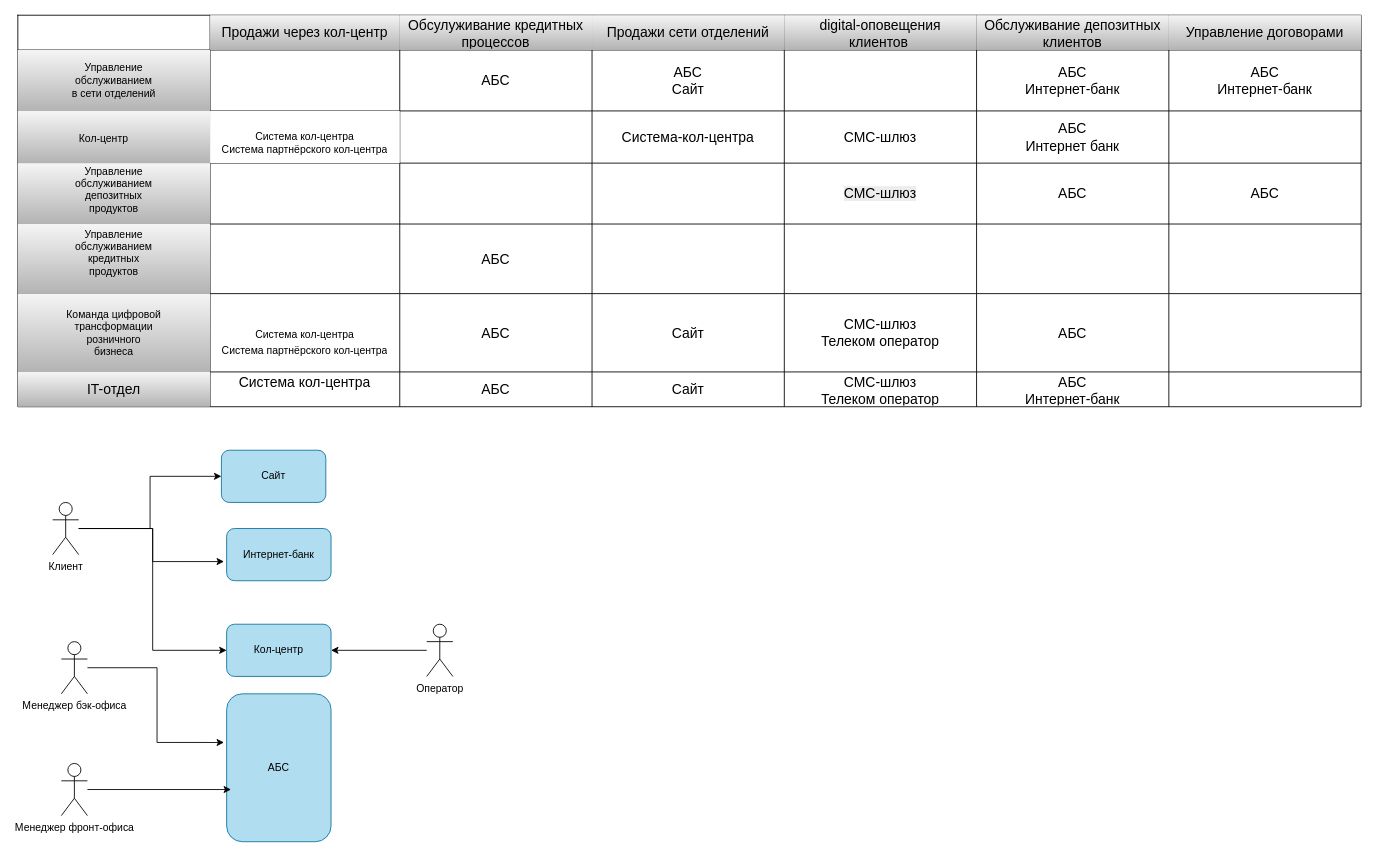
This is Task1/it-landscape.drawio from vbaglay/architecture-standart, a draw.io file, before an edit. Source tidied: cells renumbered, new cells numbered last; positions are measured from the earlier drawing's top-left corner, leaving out a move shared by most shapes. Both pictures are drawn from the tidied source at 87%, with x=0, y=0 at pixel (17, 15).
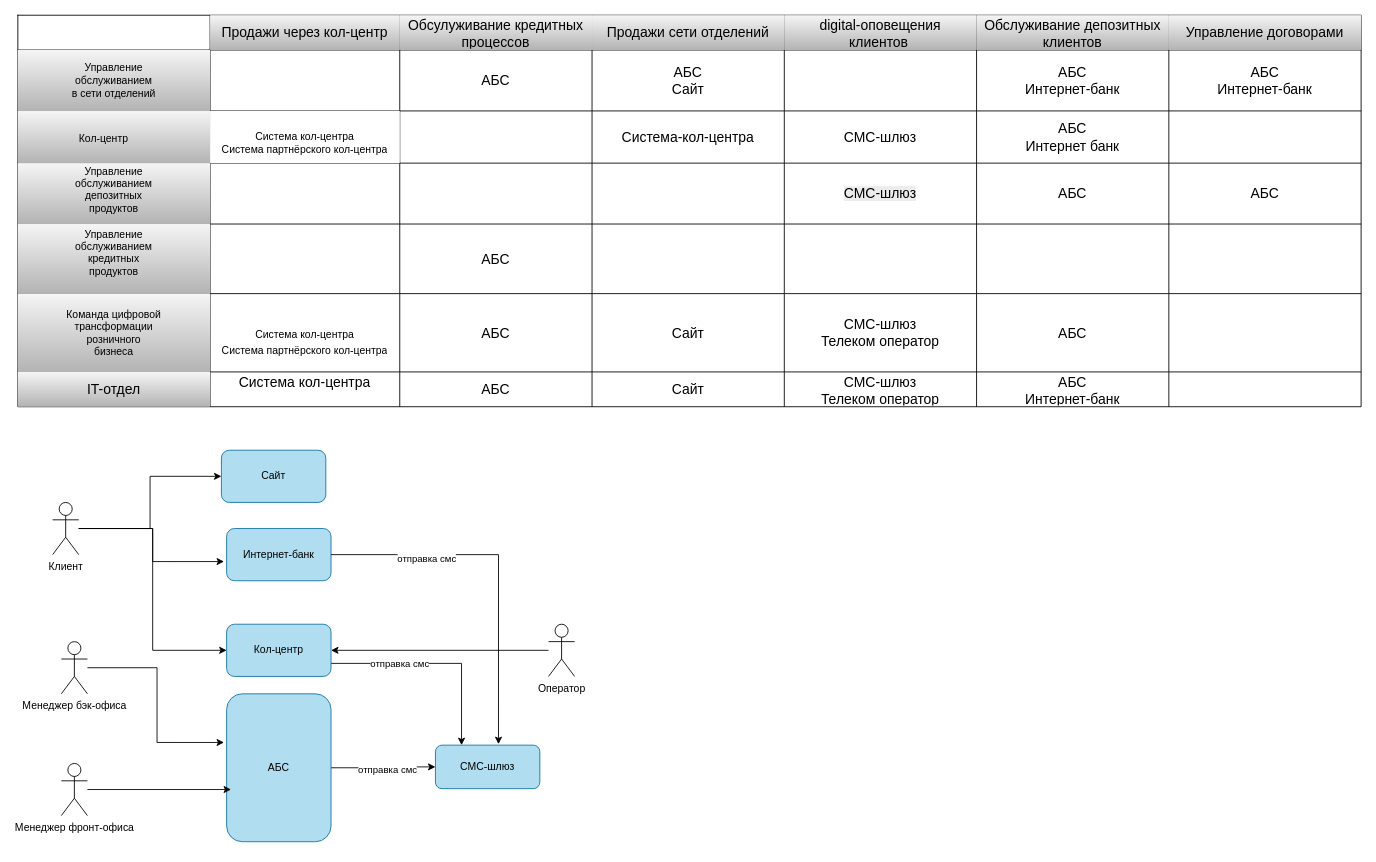
The same diagram, later.

Unchanged cells that the change refers to:
```xml
<mxCell id="66" value="АБС" style="rounded=1;whiteSpace=wrap;html=1;fillColor=#b1ddf0;strokeColor=#10739e;" parent="1" vertex="1">
  <mxGeometry x="240" y="780" width="120" height="170" as="geometry" />
</mxCell>
<mxCell id="67" value="Интернет-банк" style="rounded=1;whiteSpace=wrap;html=1;fillColor=#b1ddf0;strokeColor=#10739e;" parent="1" vertex="1">
  <mxGeometry x="240" y="590" width="120" height="60" as="geometry" />
</mxCell>
<mxCell id="68" value="Кол-центр" style="rounded=1;whiteSpace=wrap;html=1;fillColor=#b1ddf0;strokeColor=#10739e;" parent="1" vertex="1">
  <mxGeometry x="240" y="700" width="120" height="60" as="geometry" />
</mxCell>
```

Change to the diagram source:
```diff
@@
     <mxCell id="65" value="Оператор" style="shape=umlActor;verticalLabelPosition=bottom;verticalAlign=top;html=1;outlineConnect=0;" parent="1" vertex="1">
-      <mxGeometry x="470" y="700" width="30" height="60" as="geometry" />
+      <mxGeometry x="610" y="700" width="30" height="60" as="geometry" />
     </mxCell>
+    <mxCell id="73" style="edgeStyle=orthogonalEdgeStyle;rounded=0;jettySize=auto;html=1;entryX=0;entryY=0.5;entryDx=0;entryDy=0;" parent="1" edge="1" source="66" target="77">
+      <mxGeometry relative="1" as="geometry" />
+    </mxCell>
+    <mxCell id="74" value="отправка смс" style="edgeLabel;html=1;align=center;verticalAlign=middle;" parent="73" vertex="1">
+      <mxGeometry x="0.08" y="-2" relative="1" as="geometry" />
+    </mxCell>
@@
+    <mxCell id="75" style="edgeStyle=orthogonalEdgeStyle;rounded=0;jettySize=auto;html=1;exitX=1;exitY=0.75;exitDx=0;exitDy=0;entryX=0.25;entryY=0;entryDx=0;entryDy=0;" parent="1" edge="1" source="68" target="77">
+      <mxGeometry relative="1" as="geometry" />
+    </mxCell>
+    <mxCell id="76" value="отправка смс" style="edgeLabel;html=1;align=center;verticalAlign=middle;" parent="75" vertex="1">
+      <mxGeometry x="-0.36" relative="1" as="geometry" />
+    </mxCell>
@@
+    <mxCell id="77" value="СМС-шлюз" style="rounded=1;whiteSpace=wrap;html=1;fillColor=#b1ddf0;strokeColor=#10739e;" parent="1" vertex="1">
+      <mxGeometry x="480" y="839" width="120" height="50" as="geometry" />
+    </mxCell>
+    <mxCell id="78" style="edgeStyle=orthogonalEdgeStyle;rounded=0;jettySize=auto;html=1;entryX=0.604;entryY=-0.024;entryDx=0;entryDy=0;entryPerimeter=0;" parent="1" edge="1" source="67" target="77">
+      <mxGeometry relative="1" as="geometry" />
+    </mxCell>
+    <mxCell id="79" value="отправка смс" style="edgeLabel;html=1;align=center;verticalAlign=middle;" parent="78" vertex="1">
+      <mxGeometry x="-0.47" y="-4" relative="1" as="geometry" />
+    </mxCell>
```
